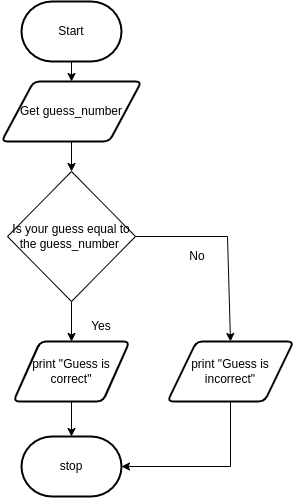
This is FlowChart.png from JacksonNaufal/ICS3u-Unit3-02-Python, a draw.io export, as it was before one commit. Source tidied: cells renumbered, new cells last; positions are measured from the earlier drawing's top-left corner, leaving out a move shared by most shapes.
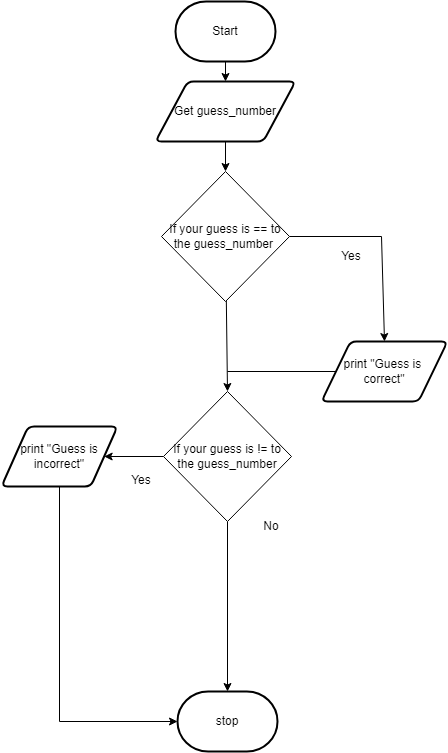
After the commit.

What changed in the source:
```diff
@@ -14,18 +14,16 @@
     <mxCell id="5" value="Get guess_number" style="shape=parallelogram;html=1;strokeWidth=2;perimeter=parallelogramPerimeter;whiteSpace=wrap;rounded=1;arcSize=12;size=0.23;" parent="1" vertex="1">
       <mxGeometry y="80" width="140" height="60" as="geometry" />
     </mxCell>
-    <mxCell id="6" style="edgeStyle=none;rounded=0;html=1;entryX=1;entryY=0.5;entryDx=0;entryDy=0;entryPerimeter=0;fontSize=12;endArrow=classic;endFill=1;" parent="1" edge="1" source="7" target="8">
-      <mxGeometry relative="1" as="geometry">
-        <Array as="points">
-          <mxPoint x="229" y="465" />
-        </Array>
-      </mxGeometry>
-    </mxCell>
+    <mxCell id="16" style="edgeStyle=none;html=1;endArrow=none;endFill=0;" parent="1" edge="1" source="7">
+      <mxGeometry relative="1" as="geometry">
+        <mxPoint x="72" y="370" as="targetPoint" />
+      </mxGeometry>
+    </mxCell>
-    <mxCell id="7" value="print &quot;Guess is incorrect&quot;" style="shape=parallelogram;html=1;strokeWidth=2;perimeter=parallelogramPerimeter;whiteSpace=wrap;rounded=1;arcSize=12;size=0.23;" parent="1" vertex="1">
+    <mxCell id="7" value="print &quot;Guess is &lt;br&gt;correct&quot;" style="shape=parallelogram;html=1;strokeWidth=2;perimeter=parallelogramPerimeter;whiteSpace=wrap;rounded=1;arcSize=12;size=0.23;" parent="1" vertex="1">
       <mxGeometry x="166" y="340" width="126" height="60" as="geometry" />
     </mxCell>
     <mxCell id="8" value="stop" style="strokeWidth=2;html=1;shape=mxgraph.flowchart.terminator;whiteSpace=wrap;rounded=1;" parent="1" vertex="1">
-      <mxGeometry x="20" y="435" width="100" height="60" as="geometry" />
+      <mxGeometry x="22" y="690" width="100" height="60" as="geometry" />
     </mxCell>
     <mxCell id="9" style="edgeStyle=none;html=1;rounded=0;endArrow=classic;endFill=1;entryX=0.5;entryY=0;entryDx=0;entryDy=0;" parent="1" edge="1" source="11" target="7">
       <mxGeometry relative="1" as="geometry">
@@ -34,23 +32,39 @@
         </Array>
       </mxGeometry>
     </mxCell>
-    <mxCell id="10" style="edgeStyle=none;rounded=0;html=1;entryX=0.5;entryY=0;entryDx=0;entryDy=0;fontSize=12;endArrow=classic;endFill=1;" parent="1" edge="1" source="11" target="13">
-      <mxGeometry relative="1" as="geometry" />
-    </mxCell>
+    <mxCell id="17" style="edgeStyle=none;html=1;entryX=0.5;entryY=0;entryDx=0;entryDy=0;endArrow=classic;endFill=1;rounded=0;" parent="1" edge="1" source="11" target="20">
+      <mxGeometry relative="1" as="geometry" />
+    </mxCell>
-    <mxCell id="11" value="Is your guess equal to the guess_number&amp;nbsp;" style="rhombus;whiteSpace=wrap;html=1;" parent="1" vertex="1">
+    <mxCell id="11" value="If your guess is == to the guess_number&amp;nbsp;" style="rhombus;whiteSpace=wrap;html=1;" parent="1" vertex="1">
       <mxGeometry x="6" y="170" width="128" height="130" as="geometry" />
     </mxCell>
-    <mxCell id="12" style="edgeStyle=none;rounded=0;html=1;entryX=0.5;entryY=0;entryDx=0;entryDy=0;entryPerimeter=0;fontSize=12;endArrow=classic;endFill=1;" parent="1" edge="1" source="13" target="8">
-      <mxGeometry relative="1" as="geometry" />
-    </mxCell>
-    <mxCell id="13" value="&lt;font style=&quot;font-size: 12px&quot;&gt;print &quot;Guess is correct&quot;&lt;/font&gt;" style="shape=parallelogram;html=1;strokeWidth=2;perimeter=parallelogramPerimeter;whiteSpace=wrap;rounded=1;arcSize=12;size=0.23;fontSize=10;" parent="1" vertex="1">
-      <mxGeometry x="12" y="340" width="116" height="60" as="geometry" />
-    </mxCell>
-    <mxCell id="14" value="No" style="text;html=1;strokeColor=none;fillColor=none;align=center;verticalAlign=middle;whiteSpace=wrap;rounded=0;fontSize=12;" parent="1" vertex="1">
+    <mxCell id="14" value="Yes" style="text;html=1;strokeColor=none;fillColor=none;align=center;verticalAlign=middle;whiteSpace=wrap;rounded=0;fontSize=12;" parent="1" vertex="1">
       <mxGeometry x="166" y="240" width="60" height="30" as="geometry" />
     </mxCell>
-    <mxCell id="15" value="Yes" style="text;html=1;strokeColor=none;fillColor=none;align=center;verticalAlign=middle;whiteSpace=wrap;rounded=0;fontSize=12;" parent="1" vertex="1">
-      <mxGeometry x="70" y="310" width="60" height="30" as="geometry" />
+    <mxCell id="15" value="No" style="text;html=1;strokeColor=none;fillColor=none;align=center;verticalAlign=middle;whiteSpace=wrap;rounded=0;fontSize=12;" parent="1" vertex="1">
+      <mxGeometry x="86" y="510" width="60" height="30" as="geometry" />
     </mxCell>
+    <mxCell id="18" style="edgeStyle=none;rounded=0;html=1;entryX=1;entryY=0.5;entryDx=0;entryDy=0;endArrow=classic;endFill=1;" parent="1" edge="1" source="20" target="22">
+      <mxGeometry relative="1" as="geometry" />
+    </mxCell>
+    <mxCell id="19" style="edgeStyle=none;rounded=0;html=1;entryX=0.5;entryY=0;entryDx=0;entryDy=0;entryPerimeter=0;endArrow=classic;endFill=1;" parent="1" edge="1" source="20" target="8">
+      <mxGeometry relative="1" as="geometry" />
+    </mxCell>
+    <mxCell id="20" value="If your guess is != to the guess_number" style="rhombus;whiteSpace=wrap;html=1;" parent="1" vertex="1">
+      <mxGeometry x="8" y="390" width="128" height="130" as="geometry" />
+    </mxCell>
+    <mxCell id="21" style="edgeStyle=none;rounded=0;html=1;entryX=0;entryY=0.5;entryDx=0;entryDy=0;entryPerimeter=0;endArrow=classic;endFill=1;" parent="1" edge="1" source="22" target="8">
+      <mxGeometry relative="1" as="geometry">
+        <Array as="points">
+          <mxPoint x="-96" y="720" />
+        </Array>
+      </mxGeometry>
+    </mxCell>
+    <mxCell id="22" value="&lt;font style=&quot;font-size: 12px&quot;&gt;print &quot;Guess is incorrect&quot;&lt;/font&gt;" style="shape=parallelogram;html=1;strokeWidth=2;perimeter=parallelogramPerimeter;whiteSpace=wrap;rounded=1;arcSize=12;size=0.23;fontSize=10;" parent="1" vertex="1">
+      <mxGeometry x="-154" y="425" width="116" height="60" as="geometry" />
+    </mxCell>
+    <mxCell id="23" value="Yes" style="text;html=1;strokeColor=none;fillColor=none;align=center;verticalAlign=middle;whiteSpace=wrap;rounded=0;fontSize=12;" parent="1" vertex="1">
+      <mxGeometry x="-44" y="464" width="60" height="30" as="geometry" />
+    </mxCell>
   </root>
 </mxGraphModel>
```
